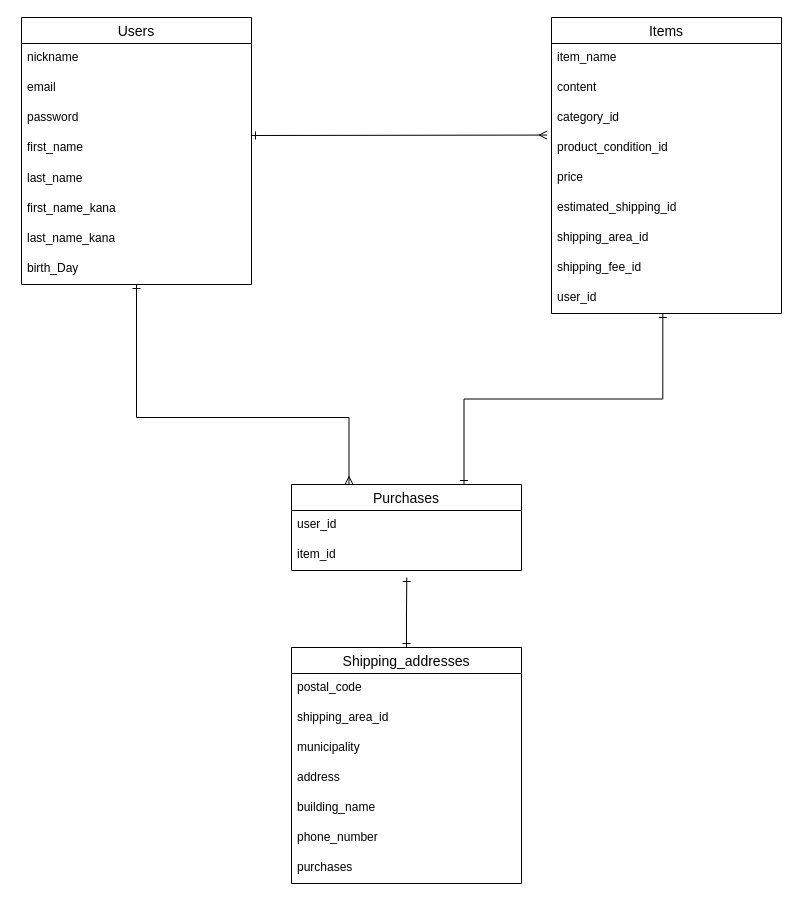
This is furima.dio from tomomi94/furima-34469, a draw.io file, before an edit. Source tidied: cells renumbered, new cells numbered last; positions are measured from the earlier drawing's top-left corner, leaving out a move shared by most shapes. Both pictures are drawn from the tidied source at 100%, with x=0, y=0 at pixel (21, 17).
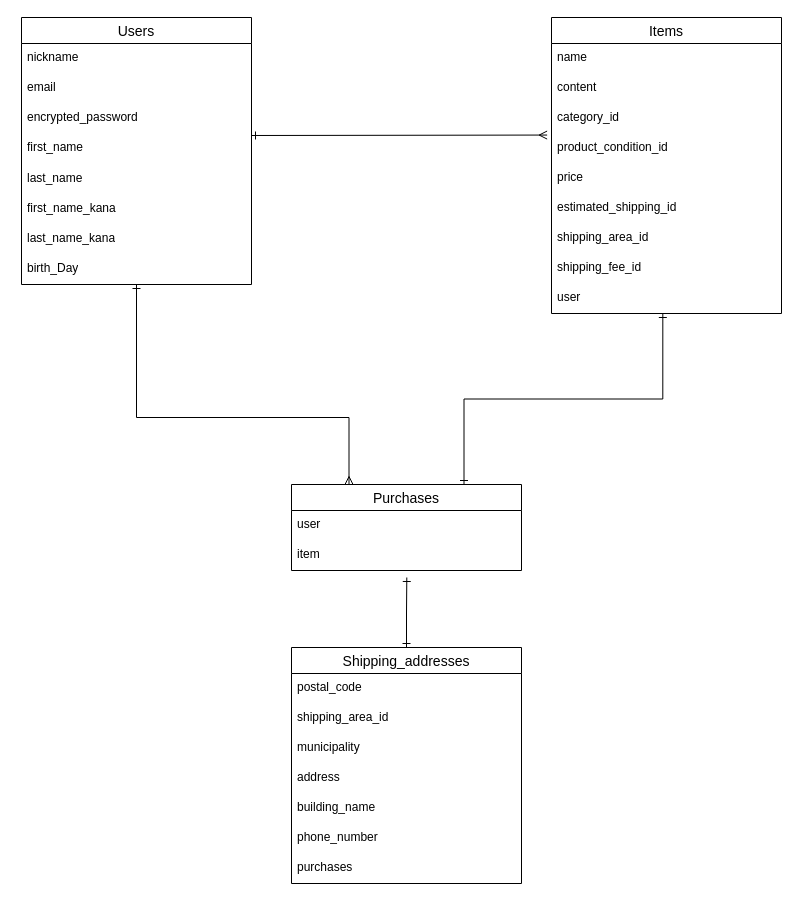
After the change.

Commit message (it also covers changes not shown here):
データベース設計_修正5

Unchanged cells that the change refers to:
```xml
<mxCell id="2" value="Users" style="swimlane;fontStyle=0;horizontal=1;startSize=26;align=center;fontSize=14;" parent="1" vertex="1">
  <mxGeometry width="230" height="267" as="geometry" />
</mxCell>
<mxCell id="11" value="Items" style="swimlane;fontStyle=0;horizontal=1;startSize=26;align=center;fontSize=14;" parent="1" vertex="1">
  <mxGeometry x="530" width="230" height="296" as="geometry" />
</mxCell>
<mxCell id="23" value="Purchases" style="swimlane;fontStyle=0;horizontal=1;startSize=26;align=center;fontSize=14;" parent="1" vertex="1">
  <mxGeometry x="270" y="467" width="230" height="86" as="geometry" />
</mxCell>
```

The edit, as a diff of the source:
```diff
@@
-    <mxCell id="5" value="password" style="text;strokeColor=none;fillColor=none;spacingLeft=4;spacingRight=4;overflow=hidden;fontSize=12;whiteSpace=wrap;shadow=1;html=1;fontStyle=0;" parent="2" vertex="1">
+    <mxCell id="5" value="encrypted_password" style="text;strokeColor=none;fillColor=none;spacingLeft=4;spacingRight=4;overflow=hidden;fontSize=12;whiteSpace=wrap;shadow=1;html=1;fontStyle=0;" parent="2" vertex="1">
       <mxGeometry y="86" width="230" height="30" as="geometry" />
     </mxCell>
@@
-    <mxCell id="12" value="item_name" style="text;strokeColor=none;fillColor=none;spacingLeft=4;spacingRight=4;overflow=hidden;fontSize=12;" parent="11" vertex="1">
+    <mxCell id="12" value="name" style="text;strokeColor=none;fillColor=none;spacingLeft=4;spacingRight=4;overflow=hidden;fontSize=12;" parent="11" vertex="1">
       <mxGeometry y="26" width="230" height="30" as="geometry" />
     </mxCell>
@@
-    <mxCell id="20" value="user_id" style="text;strokeColor=none;fillColor=none;spacingLeft=4;spacingRight=4;overflow=hidden;points=[[0,0.5],[1,0.5]];portConstraint=eastwest;fontSize=12;" parent="11" vertex="1">
+    <mxCell id="20" value="user" style="text;strokeColor=none;fillColor=none;spacingLeft=4;spacingRight=4;overflow=hidden;points=[[0,0.5],[1,0.5]];portConstraint=eastwest;fontSize=12;" parent="11" vertex="1">
       <mxGeometry y="266" width="230" height="30" as="geometry" />
     </mxCell>
@@
-    <mxCell id="24" value="user_id" style="text;strokeColor=none;fillColor=none;spacingLeft=4;spacingRight=4;overflow=hidden;fontSize=12;" parent="23" vertex="1">
+    <mxCell id="24" value="user" style="text;strokeColor=none;fillColor=none;spacingLeft=4;spacingRight=4;overflow=hidden;fontSize=12;" parent="23" vertex="1">
       <mxGeometry y="26" width="230" height="30" as="geometry" />
     </mxCell>
-    <mxCell id="25" value="item_id" style="text;strokeColor=none;fillColor=none;spacingLeft=4;spacingRight=4;overflow=hidden;fontSize=12;" parent="23" vertex="1">
+    <mxCell id="25" value="item" style="text;strokeColor=none;fillColor=none;spacingLeft=4;spacingRight=4;overflow=hidden;fontSize=12;" parent="23" vertex="1">
       <mxGeometry y="56" width="230" height="30" as="geometry" />
     </mxCell>
```
